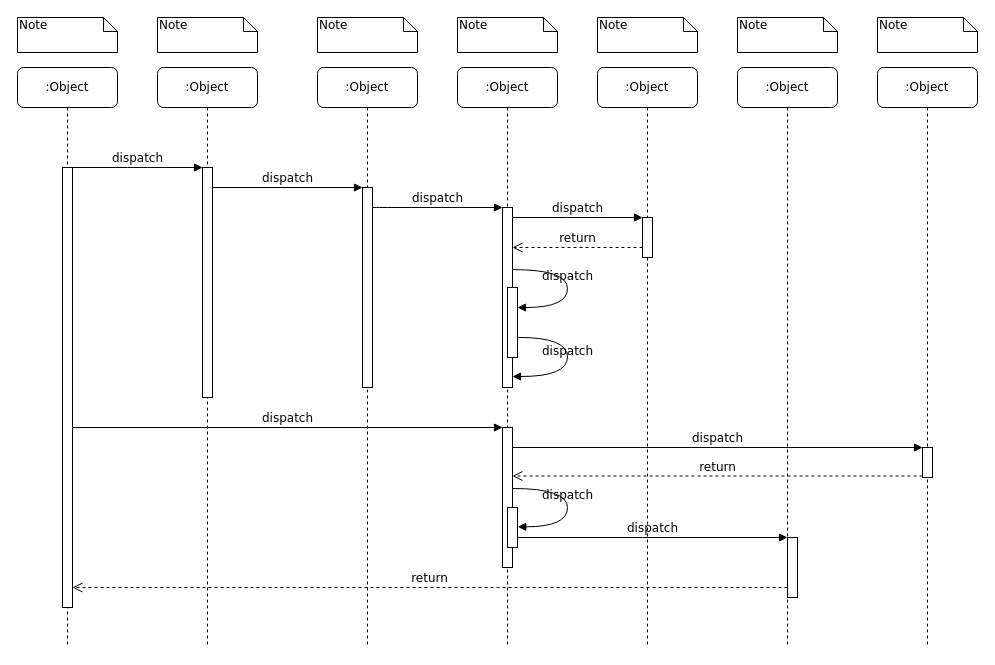
The draw.io diagram Untitled Diagram1.drawio in AnHeBridge/Treap, before the edit. Source tidied: cells renumbered, new cells numbered last; positions are measured from the earlier drawing's top-left corner, leaving out a move shared by most shapes. Both pictures are drawn from the tidied source at 100%, with x=0, y=0 at pixel (17, 17).
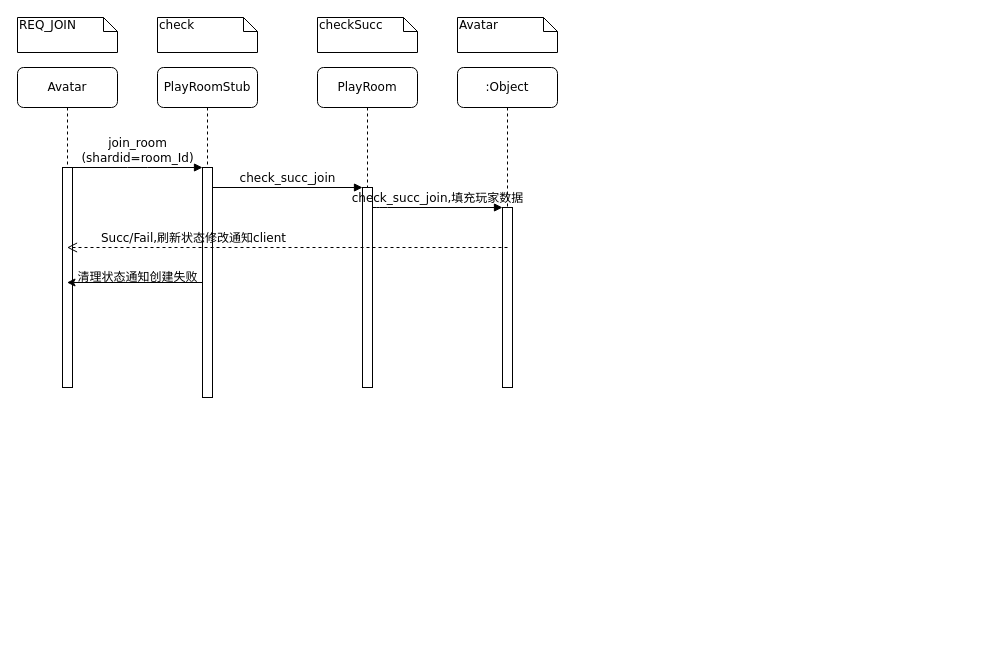
The same page after the edit.

The change refers to these unchanged cells:
```xml
<mxCell id="3" style="html=1;points=[];perimeter=orthogonalPerimeter;rounded=0;shadow=0;comic=0;labelBackgroundColor=none;strokeWidth=1;fontFamily=Verdana;fontSize=12;align=center;" parent="2" vertex="1">
  <mxGeometry x="45" y="100" width="10" height="230" as="geometry" />
</mxCell>
<mxCell id="5" style="html=1;points=[];perimeter=orthogonalPerimeter;rounded=0;shadow=0;comic=0;labelBackgroundColor=none;strokeWidth=1;fontFamily=Verdana;fontSize=12;align=center;" parent="4" vertex="1">
  <mxGeometry x="45" y="120" width="10" height="200" as="geometry" />
</mxCell>
<mxCell id="12" style="html=1;points=[];perimeter=orthogonalPerimeter;rounded=0;shadow=0;comic=0;labelBackgroundColor=none;strokeWidth=1;fontFamily=Verdana;fontSize=12;align=center;" parent="1" vertex="1">
  <mxGeometry x="485" y="190" width="10" height="180" as="geometry" />
</mxCell>
```

The edit, as a diff of the source:
```diff
@@
-    <mxCell id="2" value=":Object" style="shape=umlLifeline;perimeter=lifelinePerimeter;whiteSpace=wrap;html=1;rounded=1;shadow=0;comic=0;labelBackgroundColor=none;strokeWidth=1;fontFamily=Verdana;fontSize=12;align=center;" parent="1" vertex="1">
-      <mxGeometry x="140" y="50" width="100" height="580" as="geometry" />
+    <mxCell id="2" value="PlayRoomStub" style="shape=umlLifeline;perimeter=lifelinePerimeter;whiteSpace=wrap;html=1;rounded=1;shadow=0;comic=0;labelBackgroundColor=none;strokeWidth=1;fontFamily=Verdana;fontSize=12;align=center;" parent="1" vertex="1">
+      <mxGeometry x="140" y="50" width="100" height="320" as="geometry" />
     </mxCell>
@@
-    <mxCell id="4" value=":Object" style="shape=umlLifeline;perimeter=lifelinePerimeter;whiteSpace=wrap;html=1;rounded=1;shadow=0;comic=0;labelBackgroundColor=none;strokeWidth=1;fontFamily=Verdana;fontSize=12;align=center;" parent="1" vertex="1">
-      <mxGeometry x="300" y="50" width="100" height="580" as="geometry" />
+    <mxCell id="4" value="PlayRoom" style="shape=umlLifeline;perimeter=lifelinePerimeter;whiteSpace=wrap;html=1;rounded=1;shadow=0;comic=0;labelBackgroundColor=none;strokeWidth=1;fontFamily=Verdana;fontSize=12;align=center;" parent="1" vertex="1">
+      <mxGeometry x="300" y="50" width="100" height="320" as="geometry" />
     </mxCell>
@@
     <mxCell id="6" value=":Object" style="shape=umlLifeline;perimeter=lifelinePerimeter;whiteSpace=wrap;html=1;rounded=1;shadow=0;comic=0;labelBackgroundColor=none;strokeWidth=1;fontFamily=Verdana;fontSize=12;align=center;" parent="1" vertex="1">
-      <mxGeometry x="440" y="50" width="100" height="580" as="geometry" />
+      <mxGeometry x="440" y="50" width="100" height="300" as="geometry" />
     </mxCell>
-    <mxCell id="7" value=":Object" style="shape=umlLifeline;perimeter=lifelinePerimeter;whiteSpace=wrap;html=1;rounded=1;shadow=0;comic=0;labelBackgroundColor=none;strokeWidth=1;fontFamily=Verdana;fontSize=12;align=center;" parent="1" vertex="1">
-      <mxGeometry x="580" y="50" width="100" height="580" as="geometry" />
-    </mxCell>
-    <mxCell id="8" value=":Object" style="shape=umlLifeline;perimeter=lifelinePerimeter;whiteSpace=wrap;html=1;rounded=1;shadow=0;comic=0;labelBackgroundColor=none;strokeWidth=1;fontFamily=Verdana;fontSize=12;align=center;" parent="1" vertex="1">
-      <mxGeometry x="720" y="50" width="100" height="580" as="geometry" />
-    </mxCell>
-    <mxCell id="9" value=":Object" style="shape=umlLifeline;perimeter=lifelinePerimeter;whiteSpace=wrap;html=1;rounded=1;shadow=0;comic=0;labelBackgroundColor=none;strokeWidth=1;fontFamily=Verdana;fontSize=12;align=center;" parent="1" vertex="1">
-      <mxGeometry x="860" y="50" width="100" height="580" as="geometry" />
-    </mxCell>
-    <mxCell id="10" value=":Object" style="shape=umlLifeline;perimeter=lifelinePerimeter;whiteSpace=wrap;html=1;outlineConnect=0;rounded=1;shadow=0;comic=0;labelBackgroundColor=none;strokeWidth=1;fontFamily=Verdana;fontSize=12;align=center;" parent="1" vertex="1">
-      <mxGeometry y="50" width="100" height="580" as="geometry" />
+    <mxCell id="10" value="Avatar" style="shape=umlLifeline;perimeter=lifelinePerimeter;whiteSpace=wrap;html=1;outlineConnect=0;rounded=1;shadow=0;comic=0;labelBackgroundColor=none;strokeWidth=1;fontFamily=Verdana;fontSize=12;align=center;" parent="1" vertex="1">
+      <mxGeometry y="50" width="100" height="320" as="geometry" />
     </mxCell>
     <mxCell id="11" style="html=1;points=[];perimeter=orthogonalPerimeter;rounded=0;shadow=0;comic=0;labelBackgroundColor=none;strokeWidth=1;fontFamily=Verdana;fontSize=12;align=center;" parent="10" vertex="1">
-      <mxGeometry x="45" y="100" width="10" height="440" as="geometry" />
+      <mxGeometry x="45" y="100" width="10" height="220" as="geometry" />
     </mxCell>
@@
-    <mxCell id="13" value="dispatch" style="html=1;verticalAlign=bottom;endArrow=block;labelBackgroundColor=none;fontFamily=Verdana;fontSize=12;edgeStyle=elbowEdgeStyle;elbow=vertical;" parent="1" edge="1" source="5" target="12">
+    <mxCell id="13" value="check_succ_join,填充玩家数据" style="html=1;verticalAlign=bottom;endArrow=block;labelBackgroundColor=none;fontFamily=Verdana;fontSize=12;edgeStyle=elbowEdgeStyle;elbow=vertical;" parent="1" edge="1" source="5" target="12">
       <mxGeometry relative="1" as="geometry">
         <Array as="points">
           <mxPoint x="360" y="190" />
         </Array>
       </mxGeometry>
     </mxCell>
-    <mxCell id="14" style="html=1;points=[];perimeter=orthogonalPerimeter;rounded=0;shadow=0;comic=0;labelBackgroundColor=none;strokeWidth=1;fontFamily=Verdana;fontSize=12;align=center;" parent="1" vertex="1">
-      <mxGeometry x="625" y="200" width="10" height="40" as="geometry" />
-    </mxCell>
-    <mxCell id="15" value="dispatch" style="html=1;verticalAlign=bottom;endArrow=block;entryX=0;entryY=0;labelBackgroundColor=none;fontFamily=Verdana;fontSize=12;edgeStyle=elbowEdgeStyle;elbow=vertical;" parent="1" edge="1" source="12" target="14">
-      <mxGeometry relative="1" as="geometry" />
-    </mxCell>
-    <mxCell id="16" value="return" style="html=1;verticalAlign=bottom;endArrow=open;dashed=1;endSize=8;labelBackgroundColor=none;fontFamily=Verdana;fontSize=12;edgeStyle=elbowEdgeStyle;elbow=vertical;" parent="1" edge="1" source="14" target="12">
+    <mxCell id="16" value="&lt;div style=&quot;text-align: justify&quot;&gt;&lt;span&gt;Succ/Fail,刷新状态修改通知client&lt;/span&gt;&lt;/div&gt;" style="html=1;verticalAlign=bottom;endArrow=open;dashed=1;endSize=8;labelBackgroundColor=none;fontFamily=Verdana;fontSize=12;edgeStyle=elbowEdgeStyle;elbow=vertical;align=right;" parent="1" edge="1" target="10">
       <mxGeometry relative="1" as="geometry">
+        <mxPoint x="490" y="230" as="sourcePoint" />
         <Array as="points">
+          <mxPoint x="60" y="230" />
           <mxPoint x="570" y="230" />
           <mxPoint x="600" y="230" />
         </Array>
       </mxGeometry>
     </mxCell>
-    <mxCell id="17" style="html=1;points=[];perimeter=orthogonalPerimeter;rounded=0;shadow=0;comic=0;labelBackgroundColor=none;strokeWidth=1;fontFamily=Verdana;fontSize=12;align=center;" parent="1" vertex="1">
-      <mxGeometry x="485" y="410" width="10" height="140" as="geometry" />
-    </mxCell>
-    <mxCell id="18" value="dispatch" style="html=1;verticalAlign=bottom;endArrow=block;entryX=0;entryY=0;labelBackgroundColor=none;fontFamily=Verdana;fontSize=12;" parent="1" edge="1" source="11" target="17">
-      <mxGeometry relative="1" as="geometry" />
-    </mxCell>
-    <mxCell id="19" style="html=1;points=[];perimeter=orthogonalPerimeter;rounded=0;shadow=0;comic=0;labelBackgroundColor=none;strokeColor=#000000;strokeWidth=1;fillColor=#FFFFFF;fontFamily=Verdana;fontSize=12;fontColor=#000000;align=center;" parent="1" vertex="1">
-      <mxGeometry x="905" y="430" width="10" height="30" as="geometry" />
-    </mxCell>
-    <mxCell id="20" value="dispatch" style="html=1;verticalAlign=bottom;endArrow=block;entryX=0;entryY=0;labelBackgroundColor=none;fontFamily=Verdana;fontSize=12;" parent="1" edge="1" source="17" target="19">
-      <mxGeometry relative="1" as="geometry" />
-    </mxCell>
-    <mxCell id="21" value="return" style="html=1;verticalAlign=bottom;endArrow=open;dashed=1;endSize=8;exitX=0;exitY=0.95;labelBackgroundColor=none;fontFamily=Verdana;fontSize=12;" parent="1" edge="1" source="19" target="17">
-      <mxGeometry relative="1" as="geometry" />
-    </mxCell>
-    <mxCell id="22" style="html=1;points=[];perimeter=orthogonalPerimeter;rounded=0;shadow=0;comic=0;labelBackgroundColor=none;strokeWidth=1;fontFamily=Verdana;fontSize=12;align=center;" parent="1" vertex="1">
-      <mxGeometry x="770" y="520" width="10" height="60" as="geometry" />
-    </mxCell>
-    <mxCell id="23" value="dispatch" style="html=1;verticalAlign=bottom;endArrow=block;entryX=0;entryY=0;labelBackgroundColor=none;fontFamily=Verdana;fontSize=12;edgeStyle=elbowEdgeStyle;elbow=vertical;" parent="1" edge="1" source="30" target="22">
-      <mxGeometry relative="1" as="geometry" />
-    </mxCell>
-    <mxCell id="24" value="return" style="html=1;verticalAlign=bottom;endArrow=open;dashed=1;endSize=8;labelBackgroundColor=none;fontFamily=Verdana;fontSize=12;edgeStyle=elbowEdgeStyle;elbow=vertical;" parent="1" edge="1" source="22" target="11">
-      <mxGeometry relative="1" as="geometry">
-        <Array as="points">
-          <mxPoint x="470" y="570" />
-        </Array>
-      </mxGeometry>
-    </mxCell>
-    <mxCell id="25" value="dispatch" style="html=1;verticalAlign=bottom;endArrow=block;entryX=0;entryY=0;labelBackgroundColor=none;fontFamily=Verdana;fontSize=12;edgeStyle=elbowEdgeStyle;elbow=vertical;" parent="1" edge="1" source="11" target="3">
+    <mxCell id="25" value="join_room&lt;br&gt;(shardid=room_Id)" style="html=1;verticalAlign=bottom;endArrow=block;entryX=0;entryY=0;labelBackgroundColor=none;fontFamily=Verdana;fontSize=12;edgeStyle=elbowEdgeStyle;elbow=vertical;" parent="1" edge="1" source="11" target="3">
       <mxGeometry relative="1" as="geometry" />
     </mxCell>
-    <mxCell id="26" value="dispatch" style="html=1;verticalAlign=bottom;endArrow=block;entryX=0;entryY=0;labelBackgroundColor=none;fontFamily=Verdana;fontSize=12;edgeStyle=elbowEdgeStyle;elbow=vertical;" parent="1" edge="1" source="3" target="5">
+    <mxCell id="26" value="check_succ_join" style="html=1;verticalAlign=bottom;endArrow=block;entryX=0;entryY=0;labelBackgroundColor=none;fontFamily=Verdana;fontSize=12;edgeStyle=elbowEdgeStyle;elbow=vertical;" parent="1" edge="1" source="3" target="5">
       <mxGeometry relative="1" as="geometry" />
     </mxCell>
-    <mxCell id="27" style="html=1;points=[];perimeter=orthogonalPerimeter;rounded=0;shadow=0;comic=0;labelBackgroundColor=none;strokeWidth=1;fontFamily=Verdana;fontSize=12;align=center;" parent="1" vertex="1">
-      <mxGeometry x="490" y="270" width="10" height="70" as="geometry" />
-    </mxCell>
-    <mxCell id="28" value="dispatch" style="html=1;verticalAlign=bottom;endArrow=block;labelBackgroundColor=none;fontFamily=Verdana;fontSize=12;elbow=vertical;edgeStyle=orthogonalEdgeStyle;curved=1;entryX=1;entryY=0.286;entryPerimeter=0;exitX=1.038;exitY=0.345;exitPerimeter=0;" parent="1" edge="1" source="12" target="27">
-      <mxGeometry relative="1" as="geometry">
-        <Array as="points">
-          <mxPoint x="550" y="252" />
-          <mxPoint x="550" y="290" />
-        </Array>
-      </mxGeometry>
-    </mxCell>
-    <mxCell id="29" value="dispatch" style="html=1;verticalAlign=bottom;endArrow=block;labelBackgroundColor=none;fontFamily=Verdana;fontSize=12;elbow=vertical;edgeStyle=orthogonalEdgeStyle;curved=1;exitX=1.066;exitY=0.713;exitPerimeter=0;" parent="1" edge="1" source="27">
-      <mxGeometry relative="1" as="geometry">
-        <mxPoint x="495" y="359" as="targetPoint" />
-        <Array as="points">
-          <mxPoint x="550" y="320" />
-          <mxPoint x="550" y="359" />
-        </Array>
-      </mxGeometry>
-    </mxCell>
-    <mxCell id="30" style="html=1;points=[];perimeter=orthogonalPerimeter;rounded=0;shadow=0;comic=0;labelBackgroundColor=none;strokeWidth=1;fontFamily=Verdana;fontSize=12;align=center;" parent="1" vertex="1">
-      <mxGeometry x="490" y="490" width="10" height="40" as="geometry" />
-    </mxCell>
-    <mxCell id="31" value="dispatch" style="html=1;verticalAlign=bottom;endArrow=block;labelBackgroundColor=none;fontFamily=Verdana;fontSize=12;elbow=vertical;edgeStyle=orthogonalEdgeStyle;curved=1;entryX=1;entryY=0.286;entryPerimeter=0;exitX=1.038;exitY=0.345;exitPerimeter=0;" parent="1" edge="1">
-      <mxGeometry relative="1" as="geometry">
-        <mxPoint x="495.3" y="471" as="sourcePoint" />
-        <mxPoint x="500.3" y="509.3" as="targetPoint" />
-        <Array as="points">
-          <mxPoint x="550" y="471" />
-          <mxPoint x="550" y="509" />
-        </Array>
-      </mxGeometry>
-    </mxCell>
-    <mxCell id="32" value="Note" style="shape=note;whiteSpace=wrap;html=1;size=14;verticalAlign=top;align=left;spacingTop=-6;rounded=0;shadow=0;comic=0;labelBackgroundColor=none;strokeWidth=1;fontFamily=Verdana;fontSize=12;" parent="1" vertex="1">
+    <mxCell id="32" value="REQ_JOIN" style="shape=note;whiteSpace=wrap;html=1;size=14;verticalAlign=top;align=left;spacingTop=-6;rounded=0;shadow=0;comic=0;labelBackgroundColor=none;strokeWidth=1;fontFamily=Verdana;fontSize=12;" parent="1" vertex="1">
       <mxGeometry width="100" height="35" as="geometry" />
     </mxCell>
-    <mxCell id="33" value="Note" style="shape=note;whiteSpace=wrap;html=1;size=14;verticalAlign=top;align=left;spacingTop=-6;rounded=0;shadow=0;comic=0;labelBackgroundColor=none;strokeWidth=1;fontFamily=Verdana;fontSize=12;" parent="1" vertex="1">
+    <mxCell id="33" value="check" style="shape=note;whiteSpace=wrap;html=1;size=14;verticalAlign=top;align=left;spacingTop=-6;rounded=0;shadow=0;comic=0;labelBackgroundColor=none;strokeWidth=1;fontFamily=Verdana;fontSize=12;" parent="1" vertex="1">
       <mxGeometry x="140" width="100" height="35" as="geometry" />
     </mxCell>
-    <mxCell id="34" value="Note" style="shape=note;whiteSpace=wrap;html=1;size=14;verticalAlign=top;align=left;spacingTop=-6;rounded=0;shadow=0;comic=0;labelBackgroundColor=none;strokeWidth=1;fontFamily=Verdana;fontSize=12;" parent="1" vertex="1">
+    <mxCell id="34" value="checkSucc" style="shape=note;whiteSpace=wrap;html=1;size=14;verticalAlign=top;align=left;spacingTop=-6;rounded=0;shadow=0;comic=0;labelBackgroundColor=none;strokeWidth=1;fontFamily=Verdana;fontSize=12;" parent="1" vertex="1">
       <mxGeometry x="300" width="100" height="35" as="geometry" />
     </mxCell>
-    <mxCell id="35" value="Note" style="shape=note;whiteSpace=wrap;html=1;size=14;verticalAlign=top;align=left;spacingTop=-6;rounded=0;shadow=0;comic=0;labelBackgroundColor=none;strokeWidth=1;fontFamily=Verdana;fontSize=12;" parent="1" vertex="1">
+    <mxCell id="35" value="Avatar" style="shape=note;whiteSpace=wrap;html=1;size=14;verticalAlign=top;align=left;spacingTop=-6;rounded=0;shadow=0;comic=0;labelBackgroundColor=none;strokeWidth=1;fontFamily=Verdana;fontSize=12;" parent="1" vertex="1">
       <mxGeometry x="440" width="100" height="35" as="geometry" />
     </mxCell>
-    <mxCell id="36" value="Note" style="shape=note;whiteSpace=wrap;html=1;size=14;verticalAlign=top;align=left;spacingTop=-6;rounded=0;shadow=0;comic=0;labelBackgroundColor=none;strokeWidth=1;fontFamily=Verdana;fontSize=12;" parent="1" vertex="1">
-      <mxGeometry x="580" width="100" height="35" as="geometry" />
-    </mxCell>
-    <mxCell id="37" value="Note" style="shape=note;whiteSpace=wrap;html=1;size=14;verticalAlign=top;align=left;spacingTop=-6;rounded=0;shadow=0;comic=0;labelBackgroundColor=none;strokeWidth=1;fontFamily=Verdana;fontSize=12;" parent="1" vertex="1">
-      <mxGeometry x="720" width="100" height="35" as="geometry" />
-    </mxCell>
-    <mxCell id="38" value="Note" style="shape=note;whiteSpace=wrap;html=1;size=14;verticalAlign=top;align=left;spacingTop=-6;rounded=0;shadow=0;comic=0;labelBackgroundColor=none;strokeWidth=1;fontFamily=Verdana;fontSize=12;" parent="1" vertex="1">
-      <mxGeometry x="860" width="100" height="35" as="geometry" />
-    </mxCell>
+    <mxCell id="39" style="edgeStyle=orthogonalEdgeStyle;rounded=0;jettySize=auto;html=1;" parent="1" edge="1" source="3" target="10">
+      <mxGeometry relative="1" as="geometry">
+        <Array as="points">
+          <mxPoint x="90" y="265" />
+          <mxPoint x="90" y="265" />
+        </Array>
+      </mxGeometry>
+    </mxCell>
+    <mxCell id="40" value="清理状态通知创建失败&lt;br&gt;" style="text;html=1;align=center;verticalAlign=middle;" parent="1" vertex="1">
+      <mxGeometry x="50" y="250" width="140" height="20" as="geometry" />
+    </mxCell>
```
